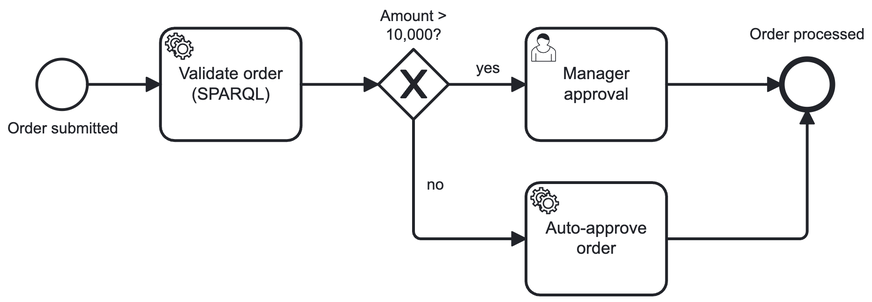
Earlier version of the BPMN export process/purchase-order-approval.png (AI4BP/decision-ontology-workflow-lab). Its source is kept beside it as process/purchase-order-approval.bpmn. Ids are renumbered.
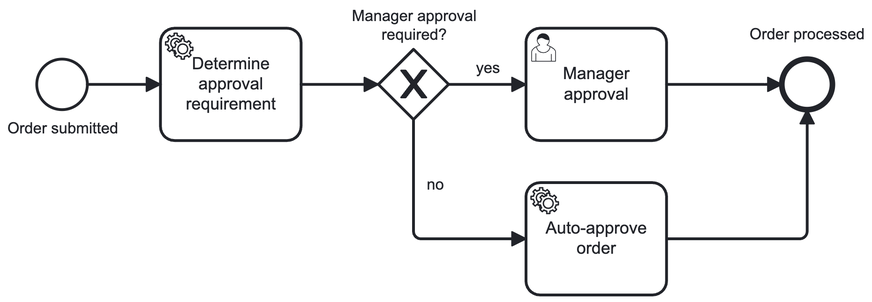
The same file after the commit.

The edit, as a diff of the source:
```diff
@@ -4,20 +4,20 @@
       <bpmn:outgoing>Flow_n2</bpmn:outgoing>
     </bpmn:startEvent>
     <bpmn:sequenceFlow id="Flow_n2" sourceRef="StartEvent_1" targetRef="Activity_n3" />
-    <bpmn:exclusiveGateway id="Gateway_n4" name="Amount &#62; 10,000?">
+    <bpmn:exclusiveGateway id="Gateway_n4" name="Manager approval required?">
       <bpmn:incoming>Flow_n5</bpmn:incoming>
       <bpmn:outgoing>Flow_n6</bpmn:outgoing>
       <bpmn:outgoing>Flow_n7</bpmn:outgoing>
     </bpmn:exclusiveGateway>
     <bpmn:sequenceFlow id="Flow_n5" sourceRef="Activity_n3" targetRef="Gateway_n4" />
     <bpmn:sequenceFlow id="Flow_n6" name="yes" sourceRef="Gateway_n4" targetRef="Activity_n8">
-      <bpmn:conditionExpression xsi:type="bpmn:tFormalExpression">${amount &gt; 10000}</bpmn:conditionExpression>
+      <bpmn:conditionExpression xsi:type="bpmn:tFormalExpression">${approvalRequired}</bpmn:conditionExpression>
     </bpmn:sequenceFlow>
     <bpmn:endEvent id="Event_n9" name="Order processed">
       <bpmn:incoming>Flow_n10</bpmn:incoming>
       <bpmn:incoming>Flow_n11</bpmn:incoming>
     </bpmn:endEvent>
-    <bpmn:serviceTask id="Activity_n3" name="Validate order (SPARQL)" camunda:type="external" camunda:topic="validate-order">
+    <bpmn:serviceTask id="Activity_n3" name="Determine approval requirement" camunda:type="external" camunda:topic="validate-order">
       <bpmn:incoming>Flow_n2</bpmn:incoming>
       <bpmn:outgoing>Flow_n5</bpmn:outgoing>
     </bpmn:serviceTask>
@@ -27,9 +27,9 @@
     </bpmn:userTask>
     <bpmn:sequenceFlow id="Flow_n10" sourceRef="Activity_n8" targetRef="Event_n9" />
     <bpmn:sequenceFlow id="Flow_n7" name="no" sourceRef="Gateway_n4" targetRef="Activity_n12">
-      <bpmn:conditionExpression xsi:type="bpmn:tFormalExpression">${amount &lt;= 10000}</bpmn:conditionExpression>
+      <bpmn:conditionExpression xsi:type="bpmn:tFormalExpression">${!approvalRequired}</bpmn:conditionExpression>
     </bpmn:sequenceFlow>
-    <bpmn:serviceTask id="Activity_n12" name="Auto-approve order" camunda:delegateExpression="{$true}">
+    <bpmn:serviceTask id="Activity_n12" name="Auto-approve order" camunda:type="external" camunda:topic="auto-approve">
       <bpmn:incoming>Flow_n7</bpmn:incoming>
       <bpmn:outgoing>Flow_n11</bpmn:outgoing>
     </bpmn:serviceTask>
```
